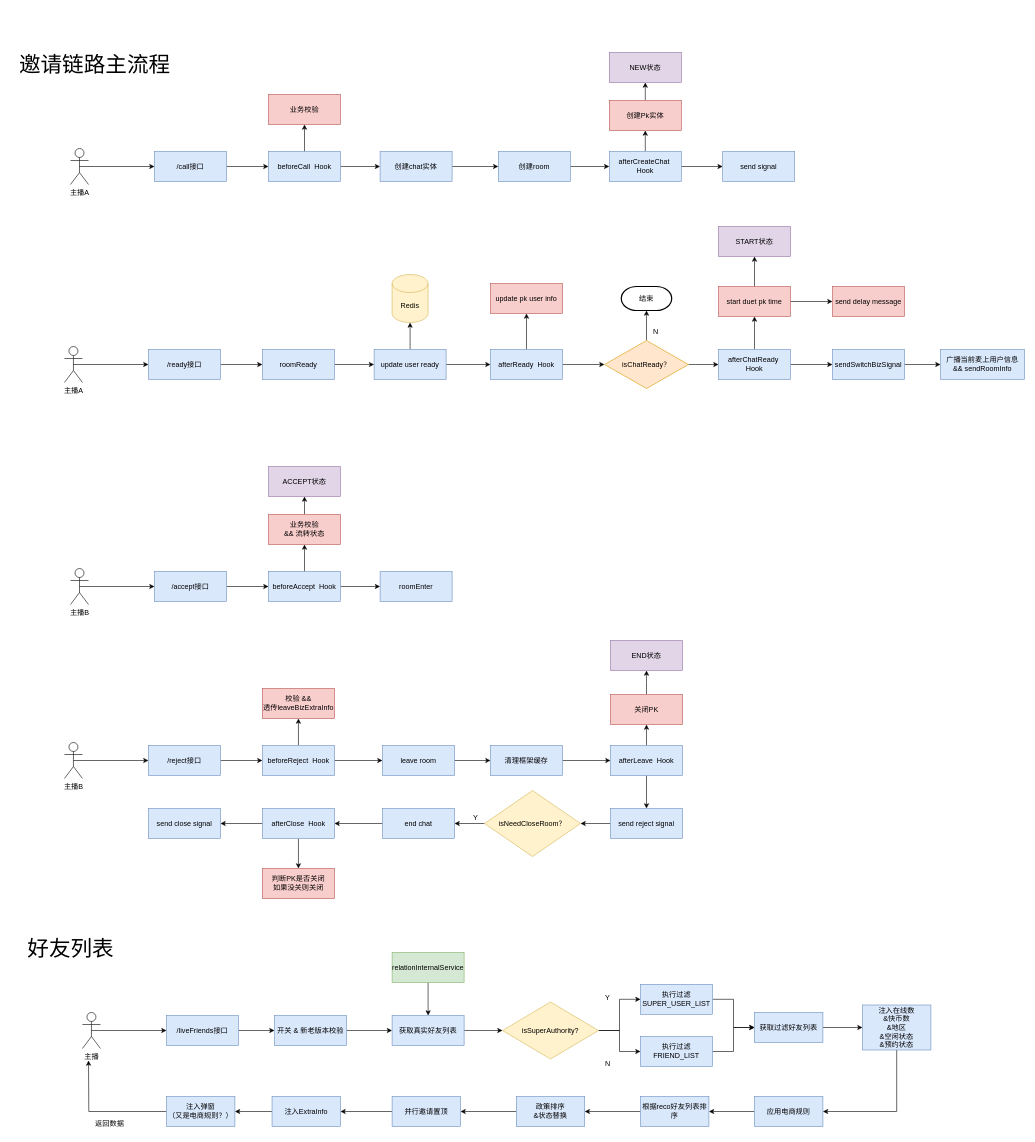
fengyn1218/draw-pic keeps this draw.io diagram as PK.drawio. Above is the earlier version. Source tidied: cells renumbered, new cells numbered last; positions are measured from the earlier drawing's top-left corner, leaving out a move shared by most shapes. Both pictures are drawn from the tidied source at 60%, with x=0, y=0 at pixel (10, 46).
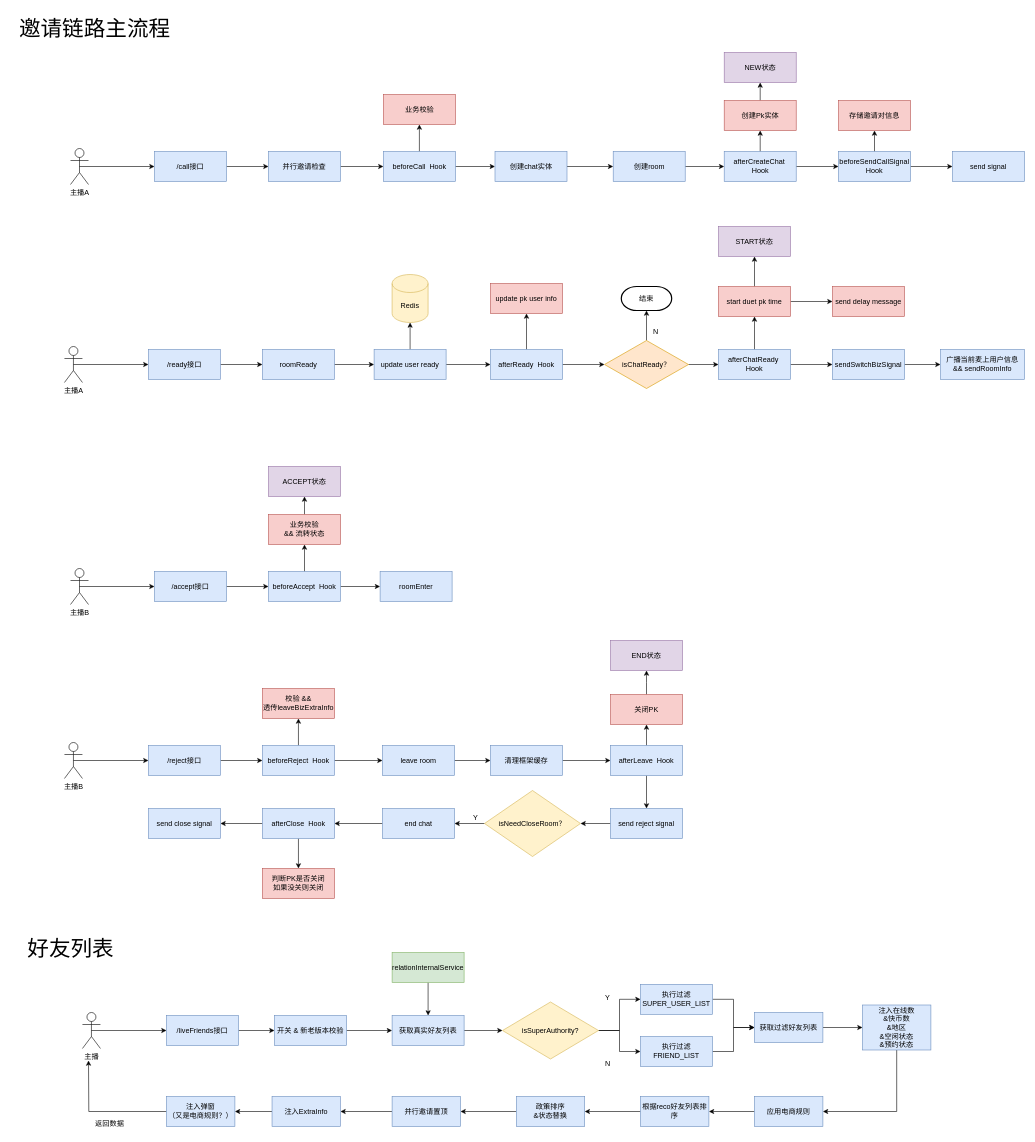
The same page after the edit.

The change refers to these unchanged cells:
```xml
<mxCell id="7" value="/call接口" style="rounded=0;whiteSpace=wrap;html=1;fillColor=#dae8fc;strokeColor=#6c8ebf;" parent="1" vertex="1">
  <mxGeometry x="240" y="175" width="120" height="50" as="geometry" />
</mxCell>
```

Change to the diagram source:
```diff
@@
-    <mxCell id="6" style="edgeStyle=orthogonalEdgeStyle;rounded=0;jettySize=auto;html=1;exitX=1;exitY=0.5;exitDx=0;exitDy=0;entryX=0;entryY=0.5;entryDx=0;entryDy=0;" parent="1" edge="1" source="7" target="10">
-      <mxGeometry relative="1" as="geometry" />
-    </mxCell>
+    <mxCell id="130" style="edgeStyle=orthogonalEdgeStyle;rounded=0;jettySize=auto;html=1;exitX=1;exitY=0.5;exitDx=0;exitDy=0;entryX=0;entryY=0.5;entryDx=0;entryDy=0;" parent="1" edge="1" source="7" target="133">
+      <mxGeometry relative="1" as="geometry" />
+    </mxCell>
@@
     <mxCell id="10" value="beforeCall&amp;nbsp; Hook" style="rounded=0;whiteSpace=wrap;html=1;fillColor=#dae8fc;strokeColor=#6c8ebf;" parent="1" vertex="1">
-      <mxGeometry x="430" y="175" width="120" height="50" as="geometry" />
+      <mxGeometry x="621.5" y="175" width="120" height="50" as="geometry" />
     </mxCell>
     <mxCell id="11" value="业务校验" style="rounded=0;whiteSpace=wrap;html=1;fillColor=#f8cecc;strokeColor=#b85450;" parent="1" vertex="1">
-      <mxGeometry x="430" y="80" width="120" height="50" as="geometry" />
+      <mxGeometry x="621.5" y="80" width="120" height="50" as="geometry" />
     </mxCell>
@@
     <mxCell id="13" value="创建chat实体" style="rounded=0;whiteSpace=wrap;html=1;fillColor=#dae8fc;strokeColor=#6c8ebf;" parent="1" vertex="1">
-      <mxGeometry x="616" y="175" width="120" height="50" as="geometry" />
+      <mxGeometry x="807.5" y="175" width="120" height="50" as="geometry" />
     </mxCell>
@@
     <mxCell id="15" value="创建room" style="rounded=0;whiteSpace=wrap;html=1;fillColor=#dae8fc;strokeColor=#6c8ebf;" parent="1" vertex="1">
-      <mxGeometry x="813" y="175" width="120" height="50" as="geometry" />
+      <mxGeometry x="1004.5" y="175" width="120" height="50" as="geometry" />
     </mxCell>
@@
-    <mxCell id="17" style="edgeStyle=orthogonalEdgeStyle;rounded=0;jettySize=auto;html=1;exitX=1;exitY=0.5;exitDx=0;exitDy=0;entryX=0;entryY=0.5;entryDx=0;entryDy=0;" parent="1" edge="1" source="18" target="22">
-      <mxGeometry relative="1" as="geometry" />
-    </mxCell>
+    <mxCell id="131" style="edgeStyle=orthogonalEdgeStyle;rounded=0;jettySize=auto;html=1;exitX=1;exitY=0.5;exitDx=0;exitDy=0;entryX=0;entryY=0.5;entryDx=0;entryDy=0;" parent="1" edge="1" source="18" target="136">
+      <mxGeometry relative="1" as="geometry" />
+    </mxCell>
     <mxCell id="18" value="afterCreateChat&amp;nbsp; Hook" style="rounded=0;whiteSpace=wrap;html=1;fillColor=#dae8fc;strokeColor=#6c8ebf;" parent="1" vertex="1">
-      <mxGeometry x="998" y="175" width="120" height="50" as="geometry" />
+      <mxGeometry x="1189.5" y="175" width="120" height="50" as="geometry" />
     </mxCell>
@@
     <mxCell id="20" value="创建Pk实体" style="rounded=0;whiteSpace=wrap;html=1;fillColor=#f8cecc;strokeColor=#b85450;" parent="1" vertex="1">
-      <mxGeometry x="998" y="90" width="120" height="50" as="geometry" />
+      <mxGeometry x="1189.5" y="90" width="120" height="50" as="geometry" />
     </mxCell>
     <mxCell id="21" value="NEW状态" style="rounded=0;whiteSpace=wrap;html=1;fillColor=#e1d5e7;strokeColor=#9673a6;" parent="1" vertex="1">
-      <mxGeometry x="998" y="10" width="120" height="50" as="geometry" />
+      <mxGeometry x="1189.5" y="10" width="120" height="50" as="geometry" />
     </mxCell>
     <mxCell id="22" value="send signal" style="rounded=0;whiteSpace=wrap;html=1;fillColor=#dae8fc;strokeColor=#6c8ebf;" parent="1" vertex="1">
-      <mxGeometry x="1187" y="175" width="120" height="50" as="geometry" />
+      <mxGeometry x="1570" y="175" width="120" height="50" as="geometry" />
     </mxCell>
@@
     <mxCell id="92" value="&lt;font style=&quot;font-size: 36px;&quot;&gt;邀请链路主流程&lt;/font&gt;" style="text;html=1;align=center;verticalAlign=middle;strokeColor=none;fillColor=none;" parent="1" vertex="1">
-      <mxGeometry width="280" height="60" as="geometry" />
+      <mxGeometry y="-60" width="280" height="60" as="geometry" />
     </mxCell>
@@
+    <mxCell id="132" style="edgeStyle=orthogonalEdgeStyle;rounded=0;jettySize=auto;html=1;exitX=1;exitY=0.5;exitDx=0;exitDy=0;entryX=0;entryY=0.5;entryDx=0;entryDy=0;" parent="1" edge="1" source="133" target="10">
+      <mxGeometry relative="1" as="geometry" />
+    </mxCell>
+    <mxCell id="133" value="并行邀请检查" style="rounded=0;whiteSpace=wrap;html=1;fillColor=#dae8fc;strokeColor=#6c8ebf;" parent="1" vertex="1">
+      <mxGeometry x="430" y="175" width="120" height="50" as="geometry" />
+    </mxCell>
+    <mxCell id="134" style="edgeStyle=orthogonalEdgeStyle;rounded=0;jettySize=auto;html=1;exitX=1;exitY=0.5;exitDx=0;exitDy=0;entryX=0;entryY=0.5;entryDx=0;entryDy=0;" parent="1" edge="1" source="136" target="22">
+      <mxGeometry relative="1" as="geometry" />
+    </mxCell>
+    <mxCell id="135" style="edgeStyle=orthogonalEdgeStyle;rounded=0;jettySize=auto;html=1;exitX=0.5;exitY=0;exitDx=0;exitDy=0;entryX=0.5;entryY=1;entryDx=0;entryDy=0;" parent="1" edge="1" source="136" target="137">
+      <mxGeometry relative="1" as="geometry" />
+    </mxCell>
+    <mxCell id="136" value="beforeSendCallSignal&lt;br&gt;Hook" style="rounded=0;whiteSpace=wrap;html=1;fillColor=#dae8fc;strokeColor=#6c8ebf;" parent="1" vertex="1">
+      <mxGeometry x="1380" y="175" width="120" height="50" as="geometry" />
+    </mxCell>
+    <mxCell id="137" value="存储邀请对信息" style="rounded=0;whiteSpace=wrap;html=1;fillColor=#f8cecc;strokeColor=#b85450;" parent="1" vertex="1">
+      <mxGeometry x="1380" y="90" width="120" height="50" as="geometry" />
+    </mxCell>
```
